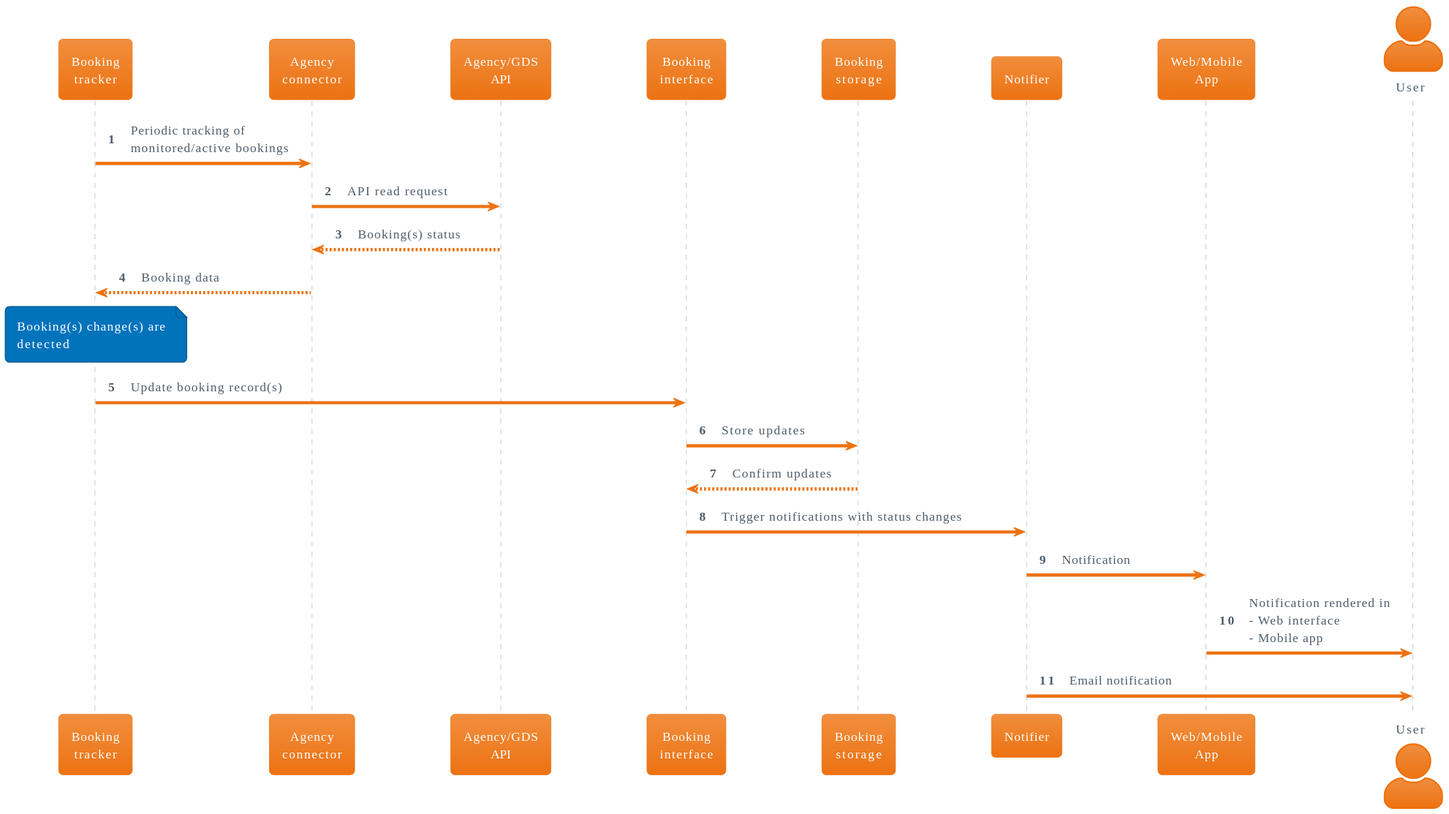
relic-da/ArchEnemies keeps this PlantUML diagram as doc/use_cases/agency_updates_booking_status.svg. Above is the earlier version. The source it was exported from:
```plantuml
@startuml
!theme aws-orange

skinparam BackgroundColor white
skinparam actorstyle awesome
autonumber 1


participant "Booking\ntracker" as booking_tracker
participant "Agency\nconnector" as agency_connector
participant "Agency/GDS\nAPI" as agency
participant "Booking\ninterface" as booking_interface
participant "Booking\nstorage" as booking_storage
participant "Notifier" as notifier
participant "Web/Mobile\nApp" as app
actor "User" as user

booking_tracker -> agency_connector: Periodic tracking of\nmonitored/active bookings
agency_connector -> agency: API read request
return Booking(s) status
agency_connector --> booking_tracker: Booking data
note over booking_tracker
    Booking(s) change(s) are
    detected
end note
booking_tracker -> booking_interface: Update booking record(s)
booking_interface -> booking_storage: Store updates
return Confirm updates
booking_interface -> notifier: Trigger notifications with status changes
notifier -> app: Notification
app -> user: Notification rendered in\n- Web interface\n- Mobile app
notifier -> user: Email notification
@enduml
```
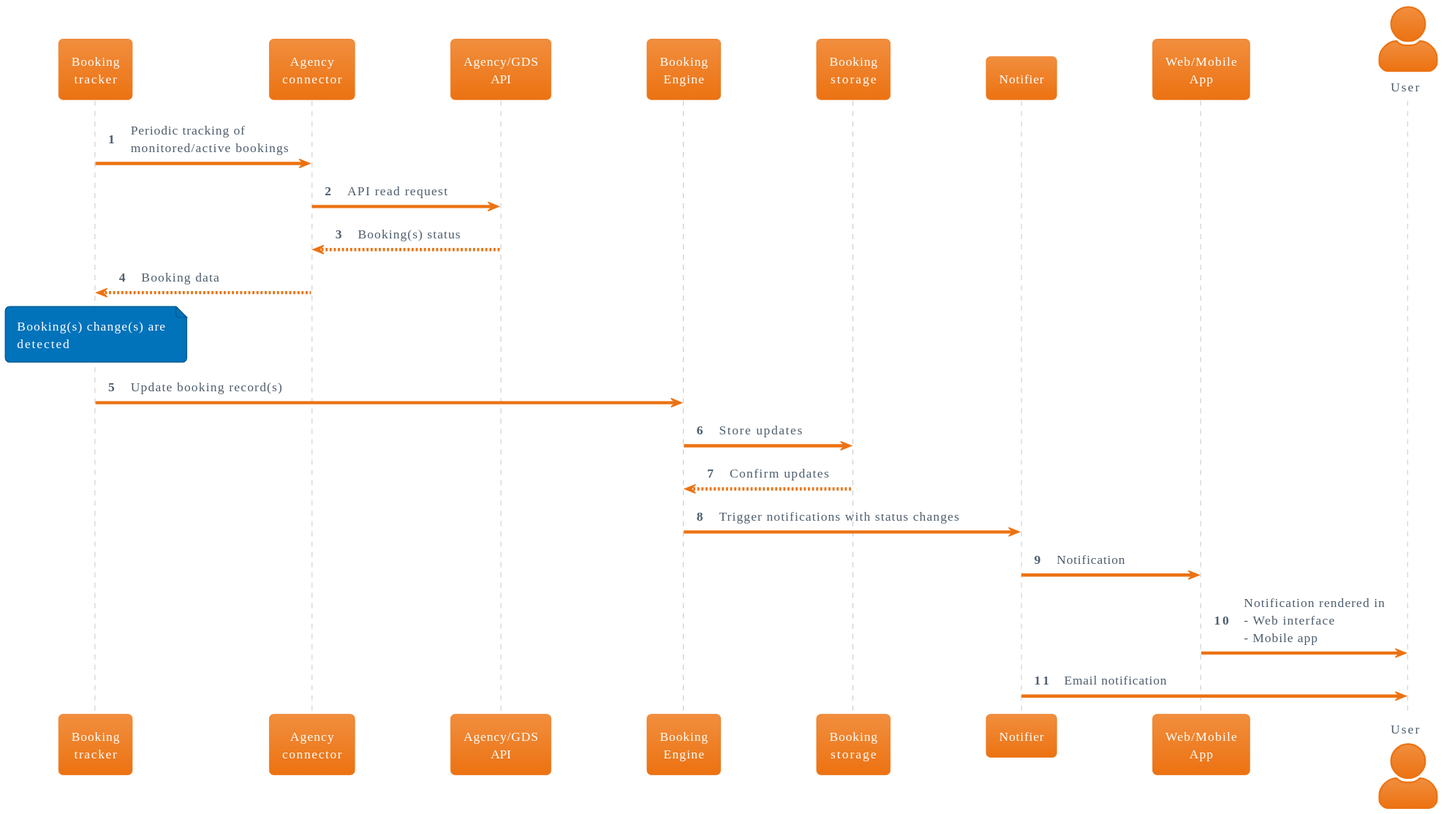
After the change.

The edit, as a diff of the source:
```diff
@@ -9,7 +9,7 @@
 participant "Booking\ntracker" as booking_tracker
 participant "Agency\nconnector" as agency_connector
 participant "Agency/GDS\nAPI" as agency
-participant "Booking\ninterface" as booking_interface
+participant "Booking\nEngine" as booking_engine
 participant "Booking\nstorage" as booking_storage
 participant "Notifier" as notifier
 participant "Web/Mobile\nApp" as app
@@ -23,10 +23,10 @@
     Booking(s) change(s) are
     detected
 end note
-booking_tracker -> booking_interface: Update booking record(s)
-booking_interface -> booking_storage: Store updates
+booking_tracker -> booking_engine: Update booking record(s)
+booking_engine -> booking_storage: Store updates
 return Confirm updates
-booking_interface -> notifier: Trigger notifications with status changes
+booking_engine -> notifier: Trigger notifications with status changes
 notifier -> app: Notification
 app -> user: Notification rendered in\n- Web interface\n- Mobile app
 notifier -> user: Email notification
```
